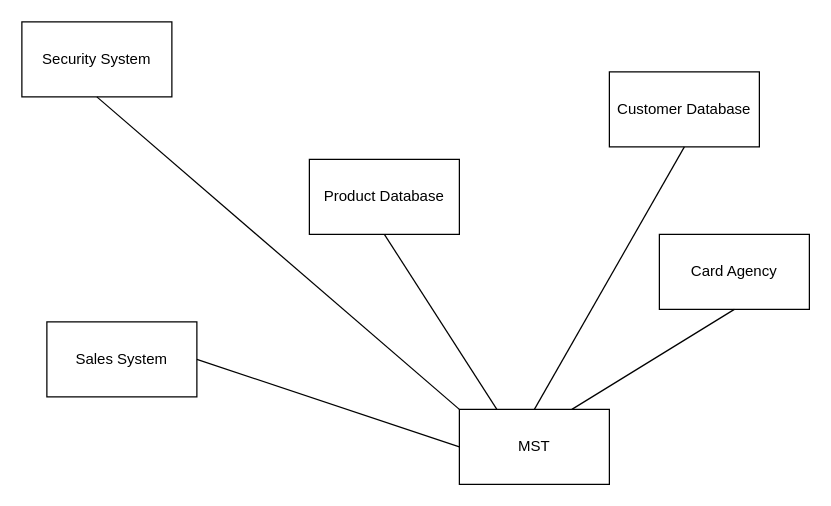
Earlier version of the draw.io diagram workshop10_week11.drawio (antonykimuom/SWEN30006-2025-SM1-workshop1-tuew05-14-00-team-12). Source tidied: cells renumbered, new cells numbered last; positions are measured from the earlier drawing's top-left corner, leaving out a move shared by most shapes. Both pictures are drawn from the tidied source at 125%, with x=0, y=0 at pixel (21, 21).
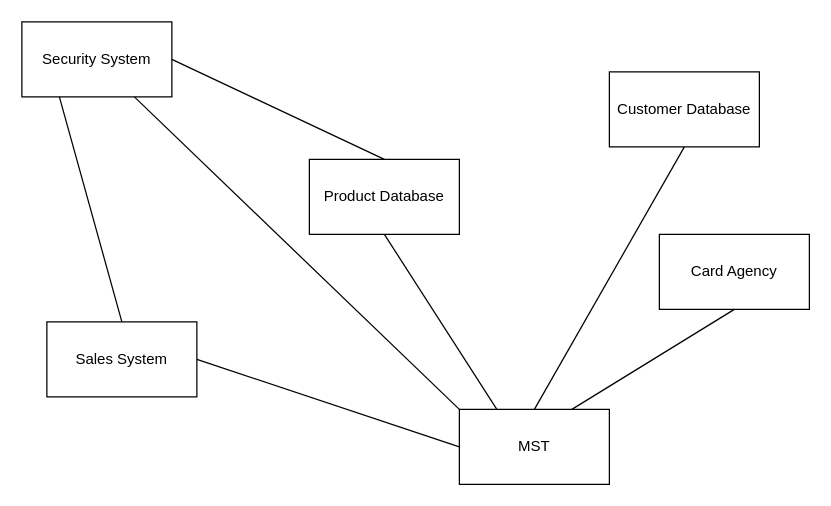
Above is the later version.

Commit message:
added links between security system and others

What changed in the source:
```diff
@@
 <mxGraphModel>
   <root>
     <mxCell id="0" />
     <mxCell id="1" parent="0" />
     <mxCell id="2" value="Product Database" style="rounded=0;whiteSpace=wrap;html=1;" parent="1" vertex="1">
       <mxGeometry x="230" y="110" width="120" height="60" as="geometry" />
     </mxCell>
     <mxCell id="3" value="Customer Database" style="rounded=0;whiteSpace=wrap;html=1;" parent="1" vertex="1">
       <mxGeometry x="470" y="40" width="120" height="60" as="geometry" />
     </mxCell>
     <mxCell id="4" value="Security System" style="rounded=0;whiteSpace=wrap;html=1;" parent="1" vertex="1">
       <mxGeometry width="120" height="60" as="geometry" />
     </mxCell>
     <mxCell id="5" value="MST" style="rounded=0;whiteSpace=wrap;html=1;" parent="1" vertex="1">
       <mxGeometry x="350" y="310" width="120" height="60" as="geometry" />
     </mxCell>
     <mxCell id="6" value="Sales System" style="rounded=0;whiteSpace=wrap;html=1;" parent="1" vertex="1">
       <mxGeometry x="20" y="240" width="120" height="60" as="geometry" />
     </mxCell>
     <mxCell id="7" value="Card Agency" style="rounded=0;whiteSpace=wrap;html=1;" parent="1" vertex="1">
       <mxGeometry x="510" y="170" width="120" height="60" as="geometry" />
     </mxCell>
     <mxCell id="8" style="endArrow=none;html=1;rounded=0;exitX=0.25;exitY=0;exitDx=0;exitDy=0;entryX=0.5;entryY=1;entryDx=0;entryDy=0;" parent="1" edge="1" source="5" target="2">
       <mxGeometry relative="1" as="geometry" />
     </mxCell>
     <mxCell id="9" style="endArrow=none;html=1;rounded=0;exitX=0.5;exitY=1;exitDx=0;exitDy=0;entryX=0.5;entryY=0;entryDx=0;entryDy=0;" parent="1" edge="1" source="3" target="5">
       <mxGeometry relative="1" as="geometry" />
     </mxCell>
     <mxCell id="10" style="endArrow=none;html=1;rounded=0;exitX=0.5;exitY=1;exitDx=0;exitDy=0;entryX=0.75;entryY=0;entryDx=0;entryDy=0;" parent="1" edge="1" source="7" target="5">
       <mxGeometry relative="1" as="geometry" />
     </mxCell>
     <mxCell id="11" style="endArrow=none;html=1;rounded=0;exitX=1;exitY=0.5;exitDx=0;exitDy=0;entryX=0;entryY=0.5;entryDx=0;entryDy=0;" parent="1" edge="1" source="6" target="5">
       <mxGeometry relative="1" as="geometry" />
     </mxCell>
-    <mxCell id="12" style="endArrow=none;html=1;rounded=0;entryX=0.5;entryY=1;entryDx=0;entryDy=0;exitX=0;exitY=0;exitDx=0;exitDy=0;" parent="1" edge="1" source="5" target="4">
+    <mxCell id="12" style="endArrow=none;html=1;rounded=0;entryX=0.75;entryY=1;entryDx=0;entryDy=0;exitX=0;exitY=0;exitDx=0;exitDy=0;" parent="1" edge="1" source="5" target="4">
       <mxGeometry relative="1" as="geometry" />
     </mxCell>
+    <mxCell id="13" style="endArrow=none;html=1;rounded=0;exitX=0.25;exitY=1;exitDx=0;exitDy=0;entryX=0.5;entryY=0;entryDx=0;entryDy=0;" parent="1" edge="1" source="4" target="6">
+      <mxGeometry relative="1" as="geometry" />
+    </mxCell>
+    <mxCell id="14" style="endArrow=none;html=1;rounded=0;entryX=1;entryY=0.5;entryDx=0;entryDy=0;exitX=0.5;exitY=0;exitDx=0;exitDy=0;" parent="1" edge="1" source="2" target="4">
+      <mxGeometry relative="1" as="geometry" />
+    </mxCell>
   </root>
 </mxGraphModel>
```
